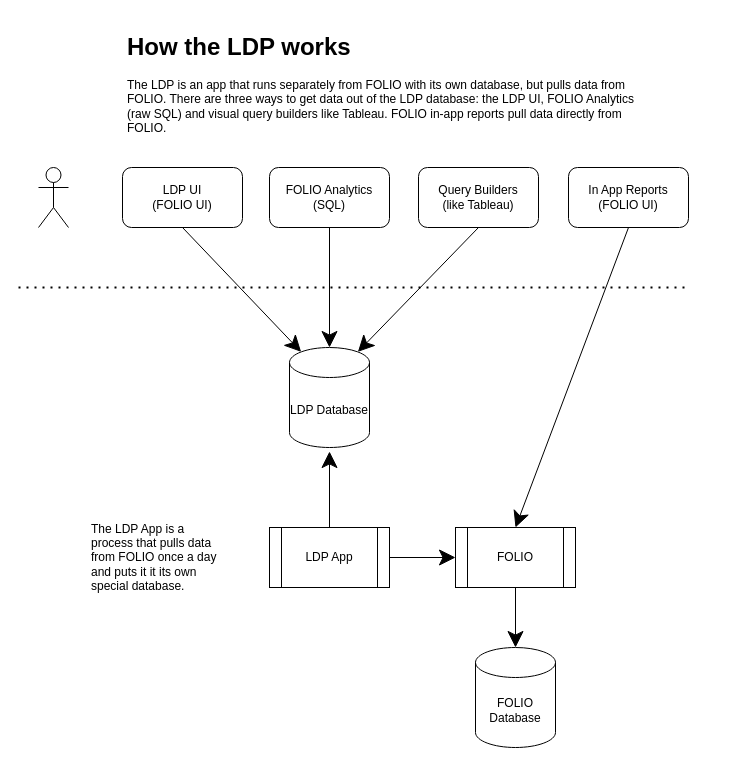
Earlier version of the draw.io diagram how-the-ldp-works.drawio (culibraries/library-reporting). Source tidied: cells renumbered, new cells numbered last; positions are measured from the earlier drawing's top-left corner, leaving out a move shared by most shapes. Both pictures are drawn from the tidied source at 100%, with x=0, y=0 at pixel (18, 27).
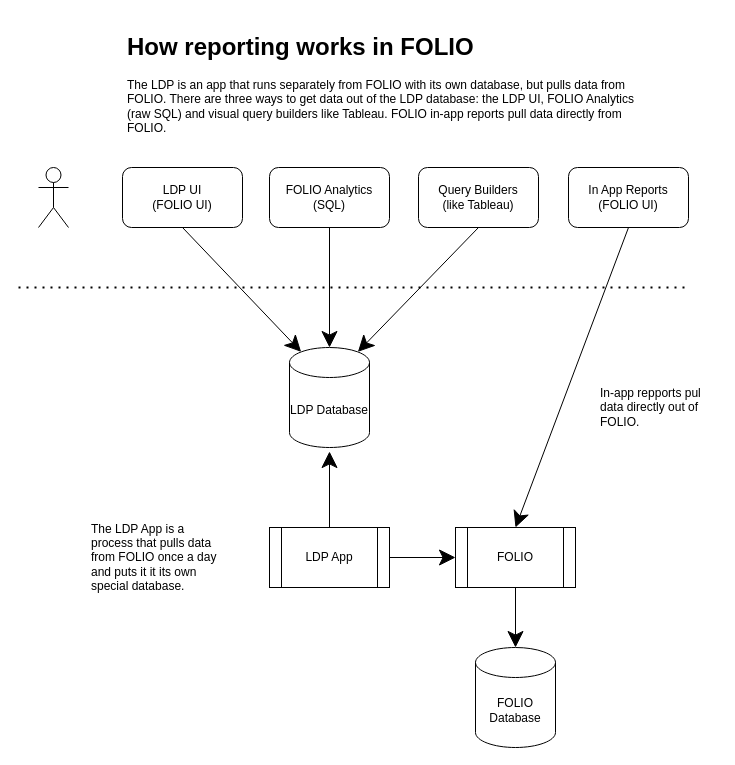
The same page after the edit.

What changed in the source:
```diff
@@
-    <mxCell id="13" value="&lt;h1&gt;How the LDP works&lt;/h1&gt;&lt;p&gt;The LDP is an app that runs separately from FOLIO with its own database, but pulls data from FOLIO. There are three ways to get data out of the LDP database: the LDP UI, FOLIO Analytics (raw SQL) and visual query builders like Tableau. FOLIO in-app reports pull data directly from FOLIO.&lt;/p&gt;" style="text;html=1;strokeColor=none;fillColor=none;spacing=5;spacingTop=-20;whiteSpace=wrap;overflow=hidden;rounded=0;hachureGap=4;" parent="1" vertex="1">
+    <mxCell id="13" value="&lt;h1&gt;How reporting works in FOLIO&lt;/h1&gt;&lt;p&gt;The LDP is an app that runs separately from FOLIO with its own database, but pulls data from FOLIO. There are three ways to get data out of the LDP database: the LDP UI, FOLIO Analytics (raw SQL) and visual query builders like Tableau. FOLIO in-app reports pull data directly from FOLIO.&lt;/p&gt;" style="text;html=1;strokeColor=none;fillColor=none;spacing=5;spacingTop=-20;whiteSpace=wrap;overflow=hidden;rounded=0;hachureGap=4;" parent="1" vertex="1">
       <mxGeometry x="104" width="536" height="120" as="geometry" />
     </mxCell>
@@
+    <mxCell id="21" value="In-app repports pul data directly out of FOLIO." style="text;html=1;strokeColor=none;fillColor=none;align=left;verticalAlign=middle;whiteSpace=wrap;rounded=0;hachureGap=4;" parent="1" vertex="1">
+      <mxGeometry x="580" y="370" width="120" height="20" as="geometry" />
+    </mxCell>
```
